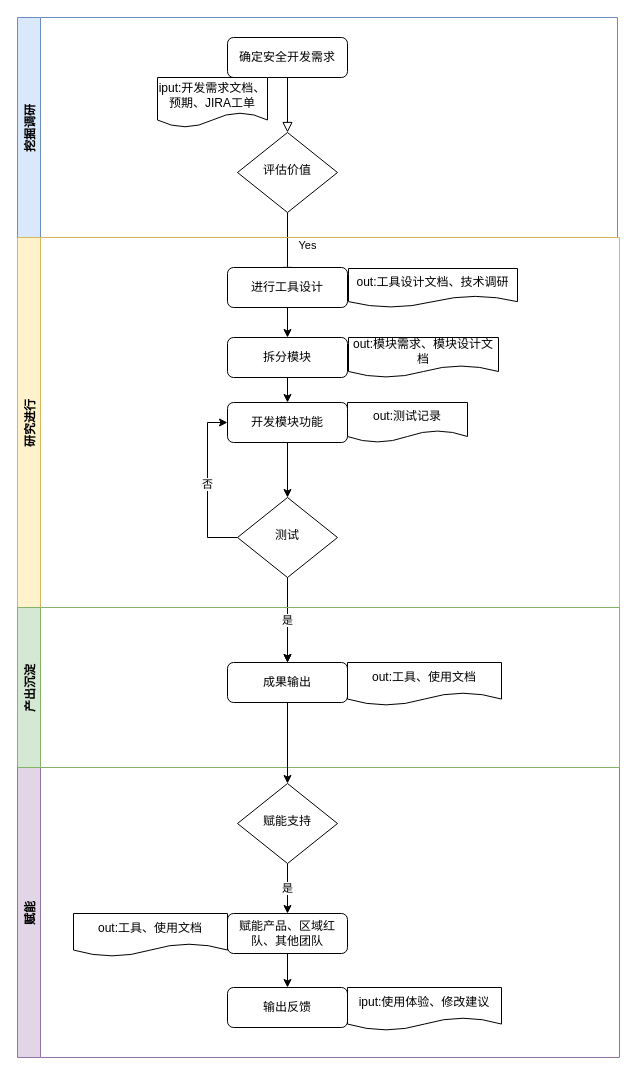
fate93930/acefile keeps this draw.io diagram as 培训赋能.drawio. Above is the earlier version. Source tidied: cells renumbered, new cells numbered last; positions are measured from the earlier drawing's top-left corner, leaving out a move shared by most shapes. Both pictures are drawn from the tidied source at 100%, with x=0, y=0 at pixel (17, 17).
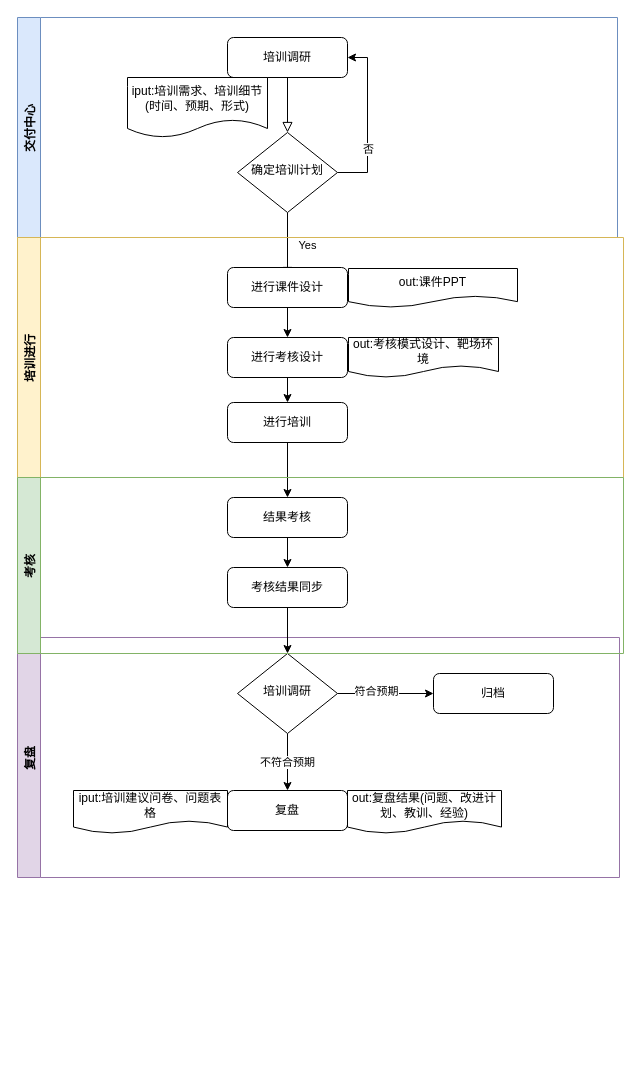
After the change.

Commit message:
更新培训赋能.drawio

What changed in the source:
```diff
@@
+    <mxCell id="34" style="edgeStyle=orthogonalEdgeStyle;rounded=0;jettySize=auto;html=1;entryX=1;entryY=0.5;entryDx=0;entryDy=0;" parent="1" edge="1" source="4" target="6">
+      <mxGeometry relative="1" as="geometry">
+        <Array as="points">
+          <mxPoint x="350" y="155" />
+          <mxPoint x="350" y="40" />
+        </Array>
+      </mxGeometry>
+    </mxCell>
+    <mxCell id="15" value="否" style="edgeLabel;html=1;align=center;verticalAlign=middle;" parent="34" vertex="1">
+      <mxGeometry x="-0.35" relative="1" as="geometry" />
+    </mxCell>
-    <mxCell id="4" value="评估价值" style="rhombus;whiteSpace=wrap;html=1;shadow=0;fontFamily=Helvetica;fontSize=12;align=center;strokeWidth=1;spacing=6;spacingTop=-4;verticalAlign=middle;" parent="1" vertex="1">
+    <mxCell id="4" value="确定培训计划" style="rhombus;whiteSpace=wrap;html=1;shadow=0;fontFamily=Helvetica;fontSize=12;align=center;strokeWidth=1;spacing=6;spacingTop=-4;verticalAlign=middle;" parent="1" vertex="1">
       <mxGeometry x="220" y="115" width="100" height="80" as="geometry" />
     </mxCell>
-    <mxCell id="5" value="挖掘调研" style="swimlane;horizontal=0;fillColor=#dae8fc;strokeColor=#6c8ebf;verticalAlign=middle;align=center;" parent="1" vertex="1">
+    <mxCell id="5" value="交付中心" style="swimlane;horizontal=0;fillColor=#dae8fc;strokeColor=#6c8ebf;verticalAlign=middle;align=center;" parent="1" vertex="1">
       <mxGeometry width="600" height="220" as="geometry" />
     </mxCell>
-    <mxCell id="6" value="确定安全开发需求" style="rounded=1;whiteSpace=wrap;html=1;fontSize=12;glass=0;strokeWidth=1;shadow=0;verticalAlign=middle;align=center;" parent="5" vertex="1">
+    <mxCell id="6" value="培训调研" style="rounded=1;whiteSpace=wrap;html=1;fontSize=12;glass=0;strokeWidth=1;shadow=0;verticalAlign=middle;align=center;" parent="5" vertex="1">
       <mxGeometry x="210" y="20" width="120" height="40" as="geometry" />
     </mxCell>
-    <mxCell id="7" value="iput:开发需求文档、预期、JIRA工单" style="shape=document;whiteSpace=wrap;html=1;boundedLbl=1;verticalAlign=middle;align=center;" parent="5" vertex="1">
-      <mxGeometry x="140" y="60" width="110" height="50" as="geometry" />
+    <mxCell id="7" value="iput:培训需求、培训细节(时间、预期、形式)" style="shape=document;whiteSpace=wrap;html=1;boundedLbl=1;verticalAlign=middle;align=center;" parent="5" vertex="1">
+      <mxGeometry x="110" y="60" width="140" height="60" as="geometry" />
     </mxCell>
-    <mxCell id="8" value="研究进行" style="swimlane;horizontal=0;fillColor=#fff2cc;strokeColor=#d6b656;verticalAlign=middle;align=center;" parent="1" vertex="1">
-      <mxGeometry y="220" width="602" height="370" as="geometry" />
+    <mxCell id="8" value="培训进行" style="swimlane;horizontal=0;fillColor=#fff2cc;strokeColor=#d6b656;verticalAlign=middle;align=center;" parent="1" vertex="1">
+      <mxGeometry y="220" width="606" height="240" as="geometry" />
     </mxCell>
@@
-    <mxCell id="10" value="进行工具设计" style="rounded=1;whiteSpace=wrap;html=1;fontSize=12;glass=0;strokeWidth=1;shadow=0;verticalAlign=middle;align=center;" parent="8" vertex="1">
+    <mxCell id="10" value="进行课件设计" style="rounded=1;whiteSpace=wrap;html=1;fontSize=12;glass=0;strokeWidth=1;shadow=0;verticalAlign=middle;align=center;" parent="8" vertex="1">
       <mxGeometry x="210" y="30" width="120" height="40" as="geometry" />
     </mxCell>
@@
-    <mxCell id="12" value="拆分模块" style="rounded=1;whiteSpace=wrap;html=1;fontSize=12;glass=0;strokeWidth=1;shadow=0;verticalAlign=middle;align=center;" parent="8" vertex="1">
+    <mxCell id="12" value="进行考核设计" style="rounded=1;whiteSpace=wrap;html=1;fontSize=12;glass=0;strokeWidth=1;shadow=0;verticalAlign=middle;align=center;" parent="8" vertex="1">
       <mxGeometry x="210" y="100" width="120" height="40" as="geometry" />
     </mxCell>
-    <mxCell id="13" style="edgeStyle=orthogonalEdgeStyle;rounded=0;jettySize=auto;html=1;" parent="8" edge="1" source="14" target="16">
-      <mxGeometry relative="1" as="geometry" />
+    <mxCell id="13" style="edgeStyle=orthogonalEdgeStyle;rounded=0;jettySize=auto;html=1;" parent="8" edge="1" source="14">
+      <mxGeometry relative="1" as="geometry">
+        <mxPoint x="270" y="260" as="targetPoint" />
+      </mxGeometry>
     </mxCell>
-    <mxCell id="14" value="开发模块功能" style="rounded=1;whiteSpace=wrap;html=1;fontSize=12;glass=0;strokeWidth=1;shadow=0;verticalAlign=middle;align=center;" parent="8" vertex="1">
+    <mxCell id="14" value="进行培训" style="rounded=1;whiteSpace=wrap;html=1;fontSize=12;glass=0;strokeWidth=1;shadow=0;verticalAlign=middle;align=center;" parent="8" vertex="1">
       <mxGeometry x="210" y="165" width="120" height="40" as="geometry" />
     </mxCell>
-    <mxCell id="15" value="否" style="edgeStyle=orthogonalEdgeStyle;rounded=0;jettySize=auto;html=1;entryX=0;entryY=0.5;entryDx=0;entryDy=0;" parent="8" edge="1" source="16" target="14">
-      <mxGeometry relative="1" as="geometry">
-        <Array as="points">
-          <mxPoint x="190" y="300" />
-          <mxPoint x="190" y="185" />
-        </Array>
-      </mxGeometry>
-    </mxCell>
-    <mxCell id="16" value="测试" style="rhombus;whiteSpace=wrap;html=1;shadow=0;fontFamily=Helvetica;fontSize=12;align=center;strokeWidth=1;spacing=6;spacingTop=-4;verticalAlign=middle;" parent="8" vertex="1">
-      <mxGeometry x="220" y="260" width="100" height="80" as="geometry" />
-    </mxCell>
-    <mxCell id="17" value="out:工具设计文档、技术调研" style="shape=document;whiteSpace=wrap;html=1;boundedLbl=1;verticalAlign=middle;align=center;" parent="8" vertex="1">
+    <mxCell id="17" value="out:课件PPT" style="shape=document;whiteSpace=wrap;html=1;boundedLbl=1;verticalAlign=middle;align=center;" parent="8" vertex="1">
       <mxGeometry x="331" y="31" width="169" height="39" as="geometry" />
     </mxCell>
-    <mxCell id="18" value="out:测试记录" style="shape=document;whiteSpace=wrap;html=1;boundedLbl=1;verticalAlign=middle;align=center;" parent="8" vertex="1">
-      <mxGeometry x="330" y="165" width="120" height="40" as="geometry" />
-    </mxCell>
-    <mxCell id="19" value="out:模块需求、模块设计文档" style="shape=document;whiteSpace=wrap;html=1;boundedLbl=1;verticalAlign=middle;align=center;" parent="8" vertex="1">
+    <mxCell id="19" value="out:考核模式设计、靶场环境" style="shape=document;whiteSpace=wrap;html=1;boundedLbl=1;verticalAlign=middle;align=center;" parent="8" vertex="1">
       <mxGeometry x="331" y="100" width="150" height="40" as="geometry" />
     </mxCell>
+    <mxCell id="35" value="结果考核" style="rounded=1;whiteSpace=wrap;html=1;fontSize=12;glass=0;strokeWidth=1;shadow=0;verticalAlign=middle;align=center;" parent="8" vertex="1">
+      <mxGeometry x="210" y="260" width="120" height="40" as="geometry" />
+    </mxCell>
-    <mxCell id="20" value="赋能" style="swimlane;horizontal=0;align=center;verticalAlign=middle;fillColor=#e1d5e7;strokeColor=#9673a6;" parent="1" vertex="1">
-      <mxGeometry y="750" width="602" height="290" as="geometry" />
+    <mxCell id="20" value="复盘" style="swimlane;horizontal=0;align=center;verticalAlign=middle;fillColor=#e1d5e7;strokeColor=#9673a6;" parent="1" vertex="1">
+      <mxGeometry y="620" width="602" height="240" as="geometry" />
     </mxCell>
-    <mxCell id="21" value="是" style="edgeStyle=orthogonalEdgeStyle;rounded=0;jettySize=auto;html=1;" parent="20" edge="1" source="22" target="24">
+    <mxCell id="21" value="不符合预期" style="edgeStyle=orthogonalEdgeStyle;rounded=0;jettySize=auto;html=1;" parent="20" edge="1" source="22" target="24">
       <mxGeometry relative="1" as="geometry" />
     </mxCell>
+    <mxCell id="36" style="edgeStyle=orthogonalEdgeStyle;rounded=0;jettySize=auto;html=1;" parent="20" edge="1" source="22" target="38">
+      <mxGeometry relative="1" as="geometry" />
+    </mxCell>
+    <mxCell id="37" value="符合预期" style="edgeLabel;html=1;align=center;verticalAlign=middle;" parent="36" vertex="1">
+      <mxGeometry x="-0.21" y="3" relative="1" as="geometry" />
+    </mxCell>
-    <mxCell id="22" value="赋能支持" style="rhombus;whiteSpace=wrap;html=1;shadow=0;fontFamily=Helvetica;fontSize=12;align=center;strokeWidth=1;spacing=6;spacingTop=-4;verticalAlign=middle;" parent="20" vertex="1">
+    <mxCell id="22" value="培训调研" style="rhombus;whiteSpace=wrap;html=1;shadow=0;fontFamily=Helvetica;fontSize=12;align=center;strokeWidth=1;spacing=6;spacingTop=-4;verticalAlign=middle;" parent="20" vertex="1">
       <mxGeometry x="220" y="16" width="100" height="80" as="geometry" />
     </mxCell>
-    <mxCell id="23" style="edgeStyle=orthogonalEdgeStyle;rounded=0;jettySize=auto;html=1;" parent="20" edge="1" source="24" target="26">
-      <mxGeometry relative="1" as="geometry" />
-    </mxCell>
-    <mxCell id="24" value="赋能产品、区域红队、其他团队" style="rounded=1;whiteSpace=wrap;html=1;fontSize=12;glass=0;strokeWidth=1;shadow=0;verticalAlign=middle;align=center;" parent="20" vertex="1">
-      <mxGeometry x="210" y="146" width="120" height="40" as="geometry" />
+    <mxCell id="24" value="复盘" style="rounded=1;whiteSpace=wrap;html=1;fontSize=12;glass=0;strokeWidth=1;shadow=0;verticalAlign=middle;align=center;" parent="20" vertex="1">
+      <mxGeometry x="210" y="153" width="120" height="40" as="geometry" />
     </mxCell>
-    <mxCell id="25" value="out:工具、使用文档" style="shape=document;whiteSpace=wrap;html=1;boundedLbl=1;" parent="20" vertex="1">
-      <mxGeometry x="56" y="146" width="154" height="43" as="geometry" />
+    <mxCell id="25" value="iput:培训建议问卷、问题表格" style="shape=document;whiteSpace=wrap;html=1;boundedLbl=1;" parent="20" vertex="1">
+      <mxGeometry x="56" y="153" width="154" height="43" as="geometry" />
     </mxCell>
-    <mxCell id="26" value="输出反馈" style="rounded=1;whiteSpace=wrap;html=1;fontSize=12;glass=0;strokeWidth=1;shadow=0;verticalAlign=middle;align=center;" parent="20" vertex="1">
-      <mxGeometry x="210" y="220" width="120" height="40" as="geometry" />
-    </mxCell>
-    <mxCell id="27" value="iput:使用体验、修改建议" style="shape=document;whiteSpace=wrap;html=1;boundedLbl=1;" parent="20" vertex="1">
-      <mxGeometry x="330" y="220" width="154" height="43" as="geometry" />
-    </mxCell>
-    <mxCell id="28" style="edgeStyle=orthogonalEdgeStyle;rounded=0;jettySize=auto;html=1;" parent="1" edge="1" source="16" target="31">
-      <mxGeometry relative="1" as="geometry" />
-    </mxCell>
-    <mxCell id="29" value="是" style="edgeStyle=orthogonalEdgeStyle;rounded=0;jettySize=auto;html=1;" parent="1" edge="1" source="16" target="31">
-      <mxGeometry relative="1" as="geometry" />
-    </mxCell>
+    <mxCell id="38" value="归档" style="rounded=1;whiteSpace=wrap;html=1;fontSize=12;glass=0;strokeWidth=1;shadow=0;verticalAlign=middle;align=center;" parent="20" vertex="1">
+      <mxGeometry x="416" y="36" width="120" height="40" as="geometry" />
+    </mxCell>
+    <mxCell id="39" value="out:复盘结果(问题、改进计划、教训、经验)" style="shape=document;whiteSpace=wrap;html=1;boundedLbl=1;" parent="20" vertex="1">
+      <mxGeometry x="330" y="153" width="154" height="43" as="geometry" />
+    </mxCell>
-    <mxCell id="30" value="产出沉淀" style="swimlane;horizontal=0;align=center;verticalAlign=middle;fillColor=#d5e8d4;strokeColor=#82b366;" parent="1" vertex="1">
-      <mxGeometry y="590" width="602" height="160" as="geometry" />
+    <mxCell id="30" value="考核" style="swimlane;horizontal=0;align=center;verticalAlign=middle;fillColor=#d5e8d4;strokeColor=#82b366;" parent="1" vertex="1">
+      <mxGeometry y="460" width="606" height="176" as="geometry" />
     </mxCell>
-    <mxCell id="31" value="成果输出" style="rounded=1;whiteSpace=wrap;html=1;fontSize=12;glass=0;strokeWidth=1;shadow=0;verticalAlign=middle;align=center;" parent="30" vertex="1">
-      <mxGeometry x="210" y="55" width="120" height="40" as="geometry" />
+    <mxCell id="31" value="考核结果同步" style="rounded=1;whiteSpace=wrap;html=1;fontSize=12;glass=0;strokeWidth=1;shadow=0;verticalAlign=middle;align=center;" parent="30" vertex="1">
+      <mxGeometry x="210" y="90" width="120" height="40" as="geometry" />
     </mxCell>
-    <mxCell id="32" value="out:工具、使用文档" style="shape=document;whiteSpace=wrap;html=1;boundedLbl=1;" parent="30" vertex="1">
-      <mxGeometry x="330" y="55" width="154" height="43" as="geometry" />
-    </mxCell>
@@
+    <mxCell id="40" style="edgeStyle=orthogonalEdgeStyle;rounded=0;jettySize=auto;html=1;" parent="1" edge="1" source="35" target="31">
+      <mxGeometry relative="1" as="geometry" />
+    </mxCell>
```
